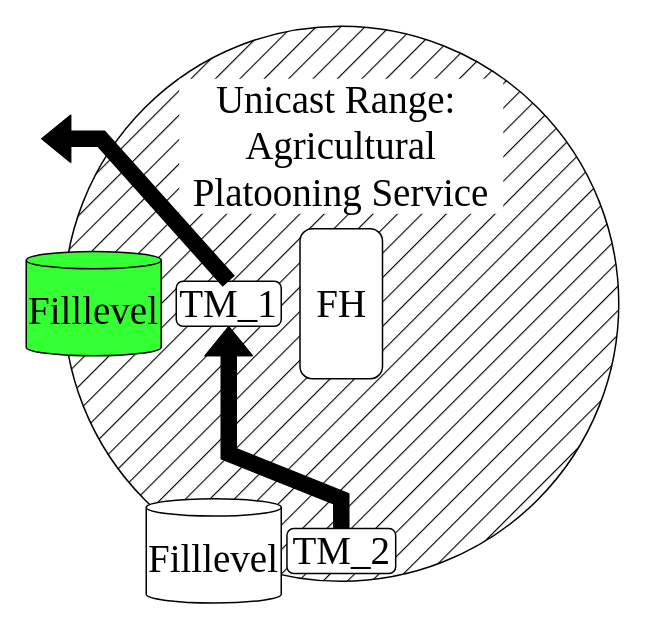
The draw.io diagram page "FULL" (14 of 15) of figures/drawio_files/drawings.drawio in klautenschlaeger/diploma_thesis, before the edit. Source tidied: cells renumbered, new cells numbered last; positions are measured from the earlier drawing's top-left corner, leaving out a move shared by most shapes. Both pictures are drawn from the tidied source at 150%, with x=0, y=0 at pixel (26, 26).
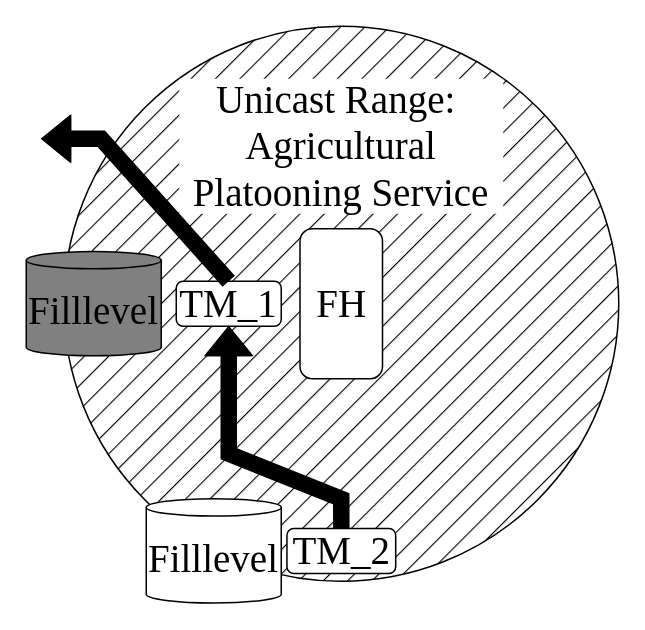
The same page after the edit.

Diff of the diagram source:
```diff
@@
 <mxGraphModel>
   <root>
     <mxCell id="0" />
     <mxCell id="1" parent="0" />
     <mxCell id="2" style="ellipse;whiteSpace=wrap;html=1;fillStyle=hatch;fillColor=#000000;fontFamily=Times New Roman;fontSize=22;" parent="1" vertex="1">
       <mxGeometry x="25" width="370" height="370" as="geometry" />
     </mxCell>
     <mxCell id="3" value="FH" style="rounded=1;whiteSpace=wrap;html=1;fillStyle=solid;fillColor=#FFFFFF;fontSize=26;fontFamily=Times New Roman;" parent="1" vertex="1">
       <mxGeometry x="182.5" y="135" width="55" height="100" as="geometry" />
     </mxCell>
     <mxCell id="4" value="&lt;font style=&quot;font-size: 26px;&quot;&gt;TM_1&lt;/font&gt;" style="rounded=1;whiteSpace=wrap;html=1;fillStyle=solid;fontSize=26;fontFamily=Times New Roman;" parent="1" vertex="1">
       <mxGeometry x="100" y="170" width="70" height="30" as="geometry" />
     </mxCell>
     <mxCell id="5" value="&lt;font style=&quot;font-size: 26px;&quot;&gt;TM_2&lt;/font&gt;" style="rounded=1;whiteSpace=wrap;html=1;fillStyle=solid;fillColor=#FFFFFF;fontFamily=Times New Roman;fontSize=26;" parent="1" vertex="1">
       <mxGeometry x="173.8" y="334.8" width="72.5" height="30" as="geometry" />
     </mxCell>
     <mxCell id="6" value="&lt;span style=&quot;font-size: 26px;&quot;&gt;Unicast Range:&amp;nbsp;&lt;/span&gt;&lt;br style=&quot;font-size: 26px;&quot;&gt;&lt;span style=&quot;font-size: 26px;&quot;&gt;Agricultural Platooning Service&lt;/span&gt;" style="text;html=1;strokeColor=none;fillColor=#FFFFFF;align=center;verticalAlign=middle;whiteSpace=wrap;rounded=0;fillStyle=solid;fontFamily=Times New Roman;fontSize=26;labelBackgroundColor=none;" parent="1" vertex="1">
       <mxGeometry x="102" y="35" width="216" height="90" as="geometry" />
     </mxCell>
-    <mxCell id="7" value="Filllevel" style="shape=cylinder3;whiteSpace=wrap;html=1;boundedLbl=1;backgroundOutline=1;size=5.763125770970646;rounded=0;fillStyle=solid;fontFamily=Times New Roman;fontSize=26;fontColor=default;fillColor=#33FF33;gradientColor=none;" parent="1" vertex="1">
+    <mxCell id="7" value="Filllevel" style="shape=cylinder3;whiteSpace=wrap;html=1;boundedLbl=1;backgroundOutline=1;size=5.763125770970646;rounded=0;fillStyle=solid;fontFamily=Times New Roman;fontSize=26;fontColor=default;fillColor=#808080;gradientColor=none;" parent="1" vertex="1">
       <mxGeometry y="150.2" width="90" height="69.5" as="geometry" />
     </mxCell>
     <mxCell id="8" value="Filllevel" style="shape=cylinder3;whiteSpace=wrap;html=1;boundedLbl=1;backgroundOutline=1;size=5.763125770970646;rounded=0;fillStyle=solid;fontFamily=Times New Roman;fontSize=26;fontColor=default;fillColor=#FFFFFF;gradientColor=none;" parent="1" vertex="1">
       <mxGeometry x="80" y="315" width="90" height="69.5" as="geometry" />
     </mxCell>
     <mxCell id="9" style="shape=flexArrow;endArrow=classic;html=1;rounded=0;labelBackgroundColor=#000000;labelBorderColor=default;fontFamily=Times New Roman;fontSize=22;fontColor=default;fillColor=#000000;exitX=0.5;exitY=0;exitDx=0;exitDy=0;entryX=0.5;entryY=1;entryDx=0;entryDy=0;" parent="1" edge="1" source="5" target="4">
       <mxGeometry relative="1" as="geometry">
         <Array as="points">
           <mxPoint x="210" y="315" />
           <mxPoint x="135" y="285" />
         </Array>
       </mxGeometry>
     </mxCell>
     <mxCell id="10" style="shape=flexArrow;endArrow=classic;html=1;rounded=0;labelBackgroundColor=#000000;labelBorderColor=default;fontFamily=Times New Roman;fontSize=22;fontColor=default;fillColor=#000000;exitX=0.5;exitY=0;exitDx=0;exitDy=0;" parent="1" edge="1" source="4">
       <mxGeometry relative="1" as="geometry">
         <mxPoint x="10" y="75" as="targetPoint" />
         <Array as="points">
           <mxPoint x="50" y="75" />
         </Array>
       </mxGeometry>
     </mxCell>
   </root>
 </mxGraphModel>
```
